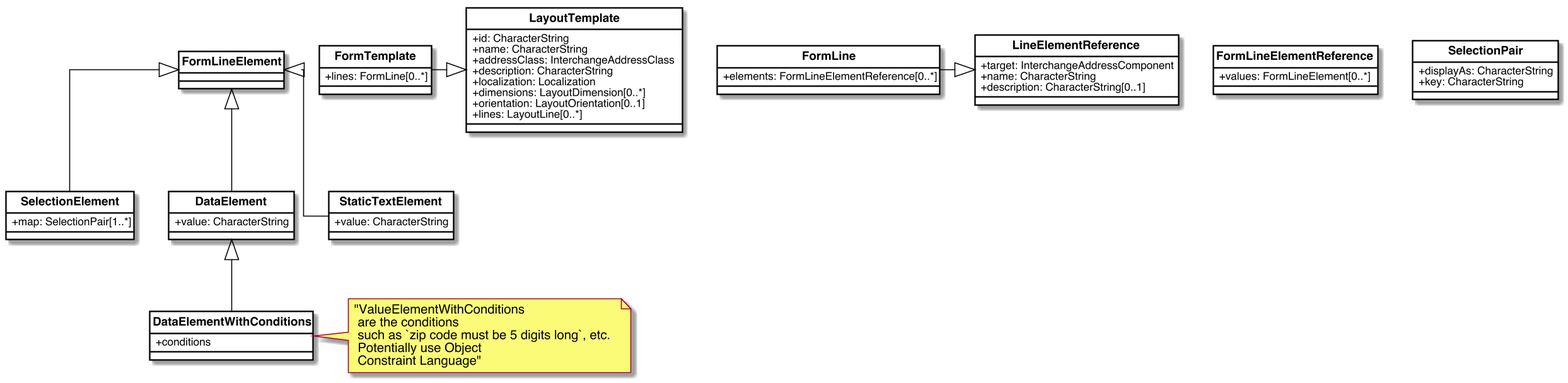
Earlier version of the PlantUML export images/FormTemplate.png (CalConnect/csd-digital-addresses).
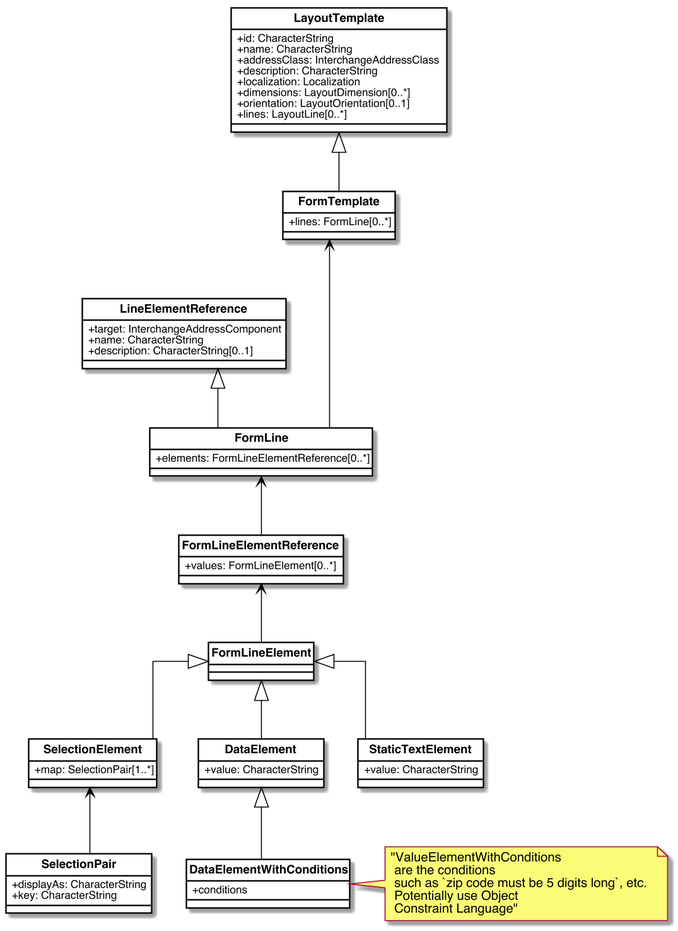
The same file after the commit.

Change to the diagram source:
```diff
@@ -97,11 +97,14 @@
 
 note right of DataElementWithConditions: "ValueElementWithConditions\n are the conditions\n such as `zip code must be 5 digits long`, etc.\n Potentially use Object\n Constraint Language"
 
-LayoutTemplate <|-left- FormTemplate
+FormTemplate -up-|> LayoutTemplate
+FormLine -up--> FormTemplate
 StaticTextElement -up-|> FormLineElement
 SelectionElement -up-|> FormLineElement
 DataElement -up-|> FormLineElement
 DataElement <|-- DataElementWithConditions
-FormLine -right-|> LineElementReference
-
+FormLine -up-|> LineElementReference
+FormLineElement -up-> FormLineElementReference
+FormLineElementReference -up-> FormLine
+SelectionPair -up-> SelectionElement
 @enduml
```
